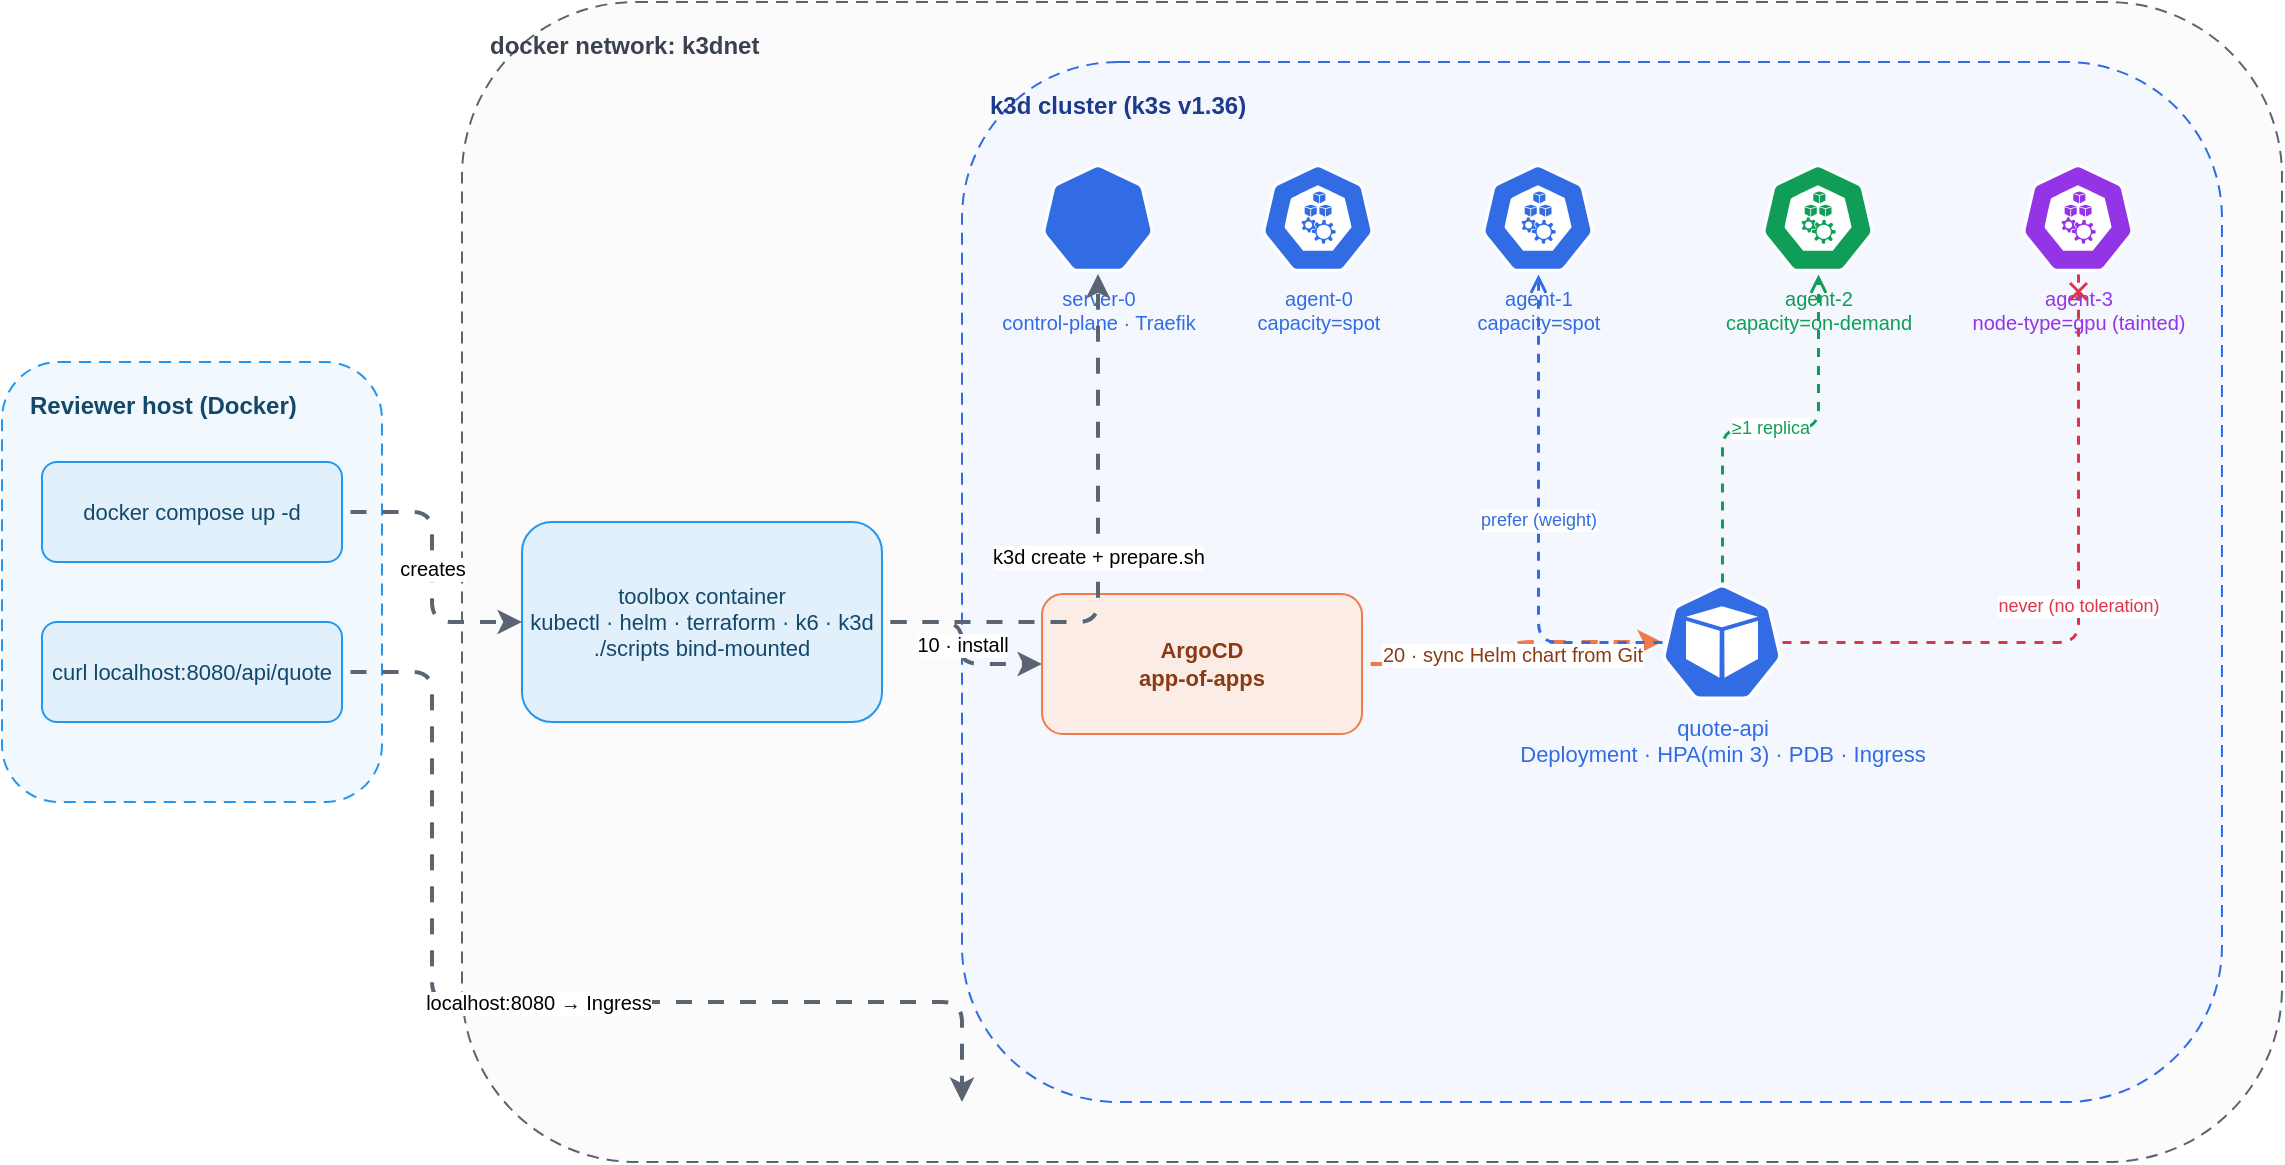
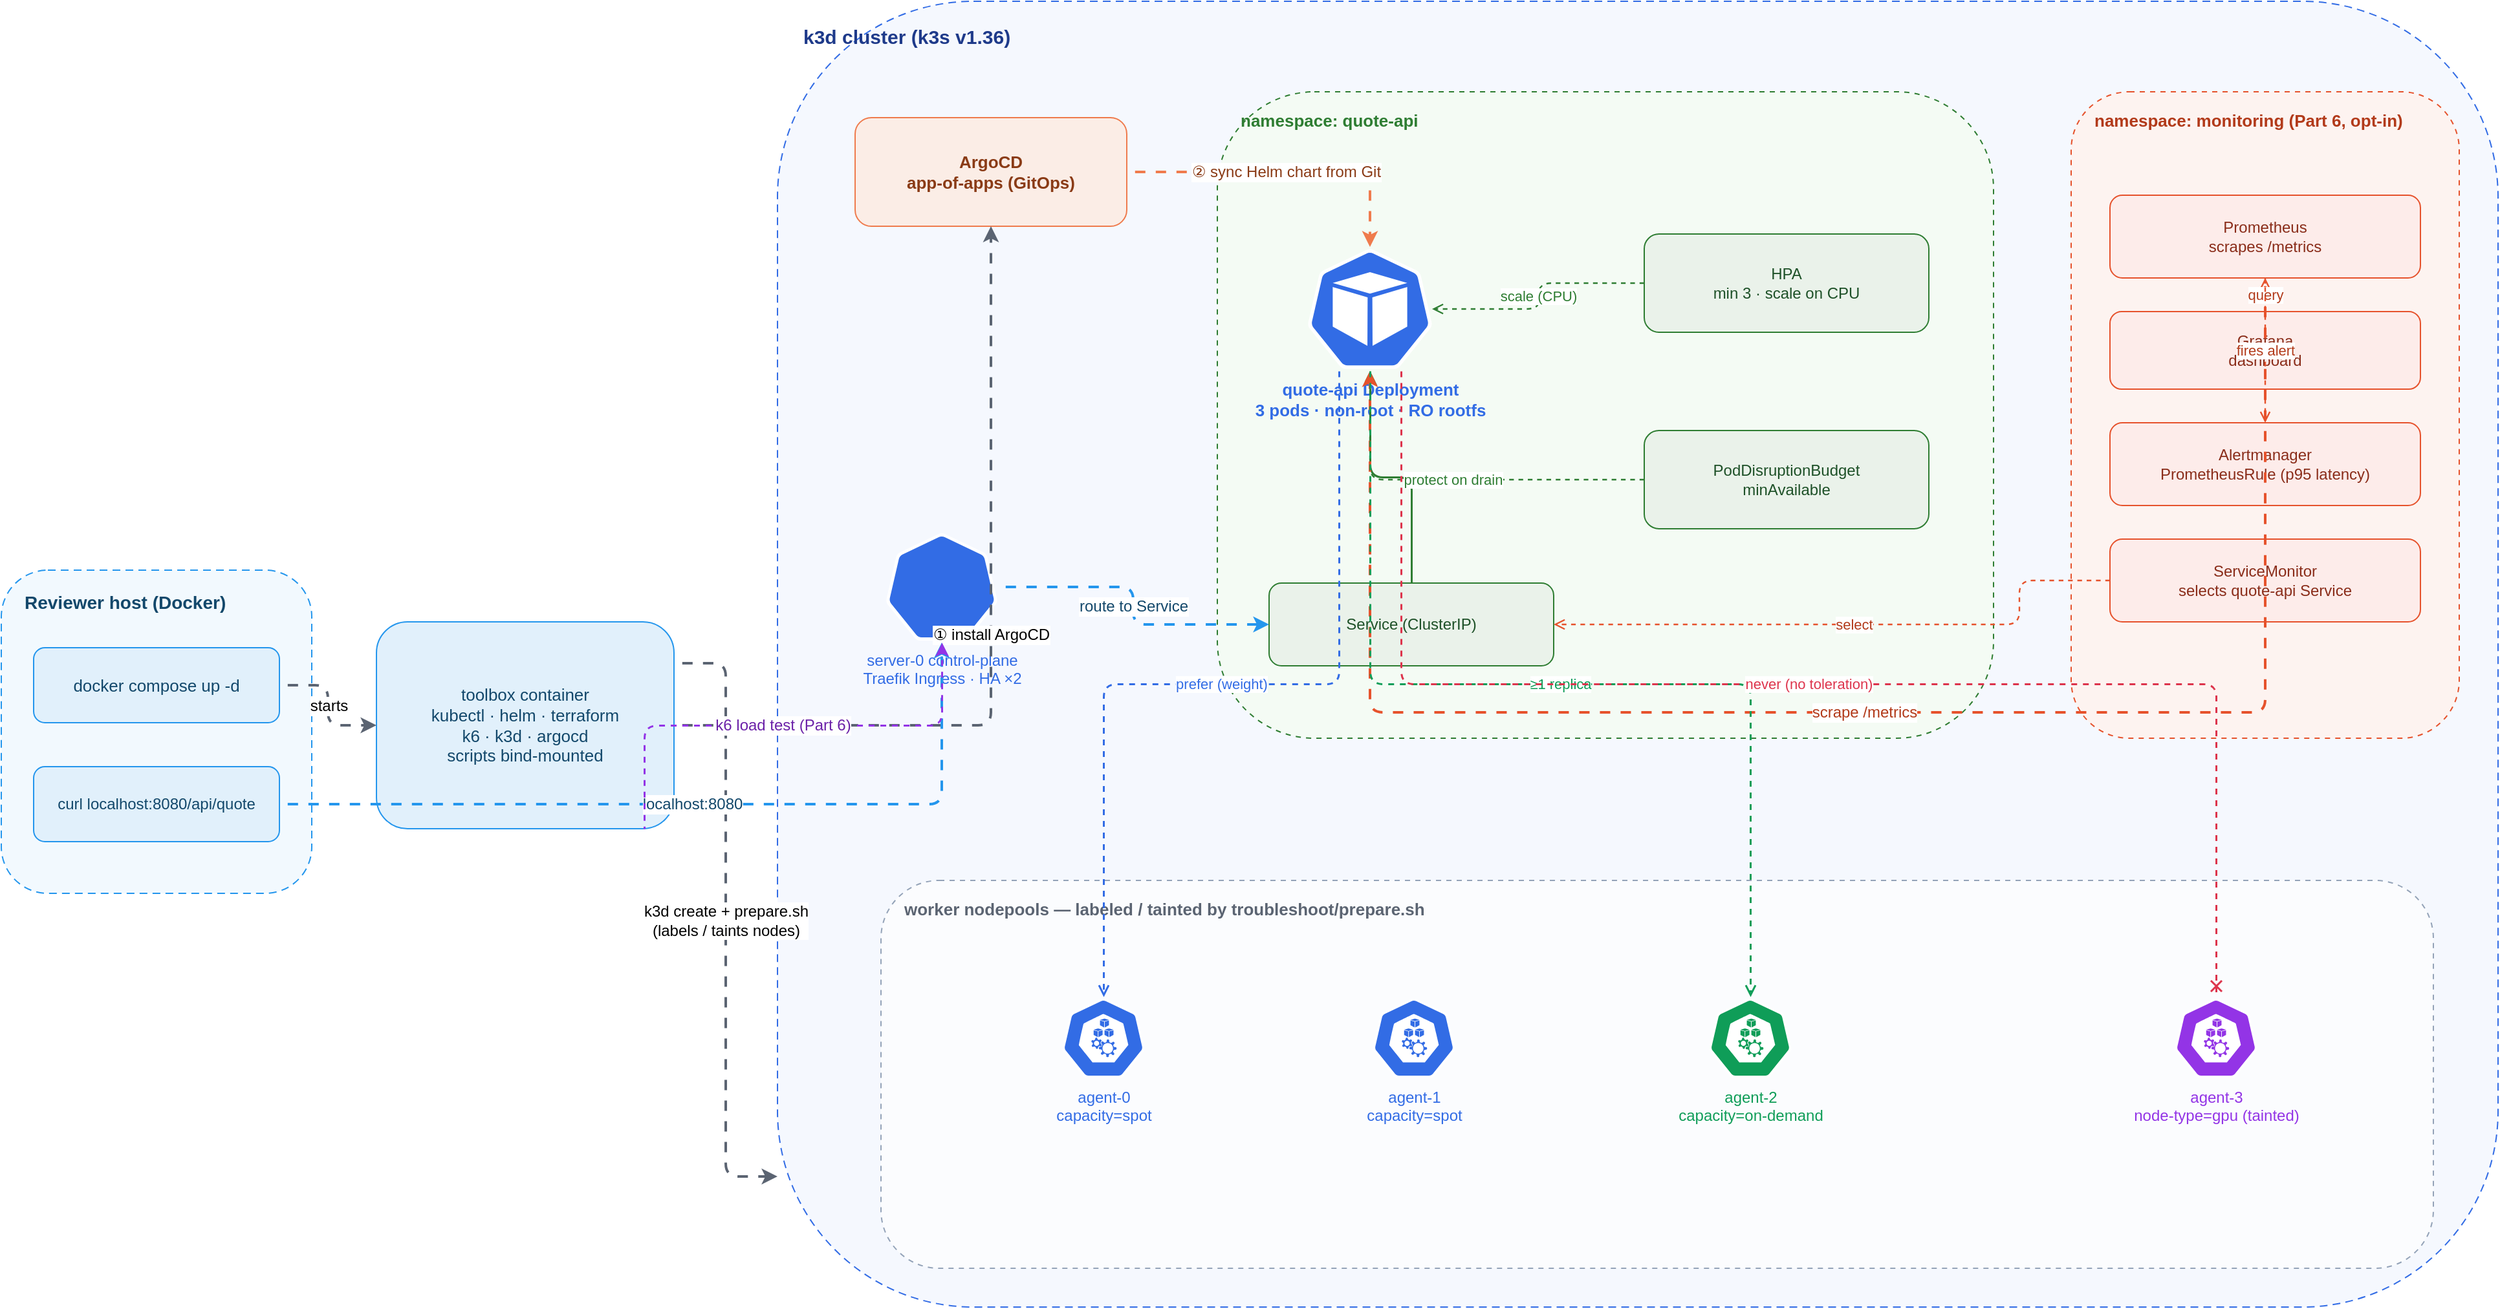
<mxfile host="app.diagrams.net" type="device">
  <diagram name="local-architecture" id="local-arch">
-     <mxGraphModel dx="1400" dy="820" grid="0" gridSize="10" guides="1" tooltips="1" connect="1" arrows="1" fold="1" page="1" pageScale="1" pageWidth="1180" pageHeight="660" math="0" shadow="0">
+     <mxGraphModel dx="1800" dy="1120" grid="0" gridSize="10" guides="1" tooltips="1" connect="1" arrows="1" fold="1" page="1" pageScale="1" pageWidth="2000" pageHeight="1120" math="0" shadow="0">
      <root>
        <mxCell id="0"/>
        <mxCell id="1" parent="0"/>

-         <mxCell id="host" value="Reviewer host (Docker)" style="rounded=1;whiteSpace=wrap;html=1;dashed=1;dashPattern=6 4;strokeColor=#2496ED;fillColor=#F2F9FE;verticalAlign=top;align=left;spacingLeft=12;spacingTop=8;fontSize=12;fontStyle=1;fontColor=#13486B;" vertex="1" parent="1"><mxGeometry x="20" y="220" width="190" height="220" as="geometry"/></mxCell>
-         <mxCell id="net" value="docker network: k3dnet" style="rounded=1;whiteSpace=wrap;html=1;dashed=1;dashPattern=6 4;strokeColor=#5B6472;fillColor=#FBFBFC;verticalAlign=top;align=left;spacingLeft=12;spacingTop=8;fontSize=12;fontStyle=1;fontColor=#3A424E;" vertex="1" parent="1"><mxGeometry x="250" y="40" width="910" height="580" as="geometry"/></mxCell>
-         <mxCell id="cluster" value="k3d cluster  (k3s v1.36)" style="rounded=1;whiteSpace=wrap;html=1;dashed=1;dashPattern=6 4;strokeColor=#326CE5;fillColor=#F4F7FE;verticalAlign=top;align=left;spacingLeft=12;spacingTop=8;fontSize=12;fontStyle=1;fontColor=#1E3A8A;" vertex="1" parent="1"><mxGeometry x="500" y="70" width="630" height="520" as="geometry"/></mxCell>
+         <mxCell id="host" value="Reviewer host (Docker)" style="rounded=1;whiteSpace=wrap;html=1;dashed=1;dashPattern=6 4;strokeColor=#2496ED;fillColor=#F2F9FE;verticalAlign=top;align=left;spacingLeft=16;spacingTop=10;fontSize=14;fontStyle=1;fontColor=#13486B;" vertex="1" parent="1"><mxGeometry x="40" y="500" width="240" height="250" as="geometry"/></mxCell>
+         <mxCell id="cluster" value="k3d cluster   (k3s v1.36)" style="rounded=1;whiteSpace=wrap;html=1;dashed=1;dashPattern=6 4;strokeColor=#326CE5;fillColor=#F5F8FE;verticalAlign=top;align=left;spacingLeft=18;spacingTop=12;fontSize=15;fontStyle=1;fontColor=#1E3A8A;" vertex="1" parent="1"><mxGeometry x="640" y="60" width="1330" height="1010" as="geometry"/></mxCell>
+         <mxCell id="qans" value="namespace: quote-api" style="rounded=1;whiteSpace=wrap;html=1;dashed=1;dashPattern=4 4;strokeColor=#2E7D32;fillColor=#F4FBF4;verticalAlign=top;align=left;spacingLeft=16;spacingTop=8;fontSize=13;fontStyle=1;fontColor=#2E7D32;" vertex="1" parent="1"><mxGeometry x="980" y="130" width="600" height="500" as="geometry"/></mxCell>
+         <mxCell id="monns" value="namespace: monitoring   (Part 6, opt-in)" style="rounded=1;whiteSpace=wrap;html=1;dashed=1;dashPattern=4 4;strokeColor=#E6522C;fillColor=#FDF3F0;verticalAlign=top;align=left;spacingLeft=16;spacingTop=8;fontSize=13;fontStyle=1;fontColor=#B23A1A;" vertex="1" parent="1"><mxGeometry x="1640" y="130" width="300" height="500" as="geometry"/></mxCell>
+         <mxCell id="npgrp" value="worker nodepools   —   labeled / tainted by troubleshoot/prepare.sh" style="rounded=1;whiteSpace=wrap;html=1;dashed=1;dashPattern=4 4;strokeColor=#94A3B8;fillColor=#FBFCFE;verticalAlign=top;align=left;spacingLeft=16;spacingTop=8;fontSize=13;fontStyle=1;fontColor=#5B6472;" vertex="1" parent="1"><mxGeometry x="720" y="740" width="1200" height="300" as="geometry"/></mxCell>

-         <mxCell id="compose" value="docker compose up -d" style="rounded=1;whiteSpace=wrap;html=1;fillColor=#E1F0FB;strokeColor=#2496ED;fontColor=#13486B;fontSize=11;" vertex="1" parent="1"><mxGeometry x="40" y="270" width="150" height="50" as="geometry"/></mxCell>
-         <mxCell id="curl" value="curl localhost:8080/api/quote" style="rounded=1;whiteSpace=wrap;html=1;fillColor=#E1F0FB;strokeColor=#2496ED;fontColor=#13486B;fontSize=11;" vertex="1" parent="1"><mxGeometry x="40" y="350" width="150" height="50" as="geometry"/></mxCell>
+         <mxCell id="compose" value="docker compose up -d" style="rounded=1;whiteSpace=wrap;html=1;fillColor=#E1F0FB;strokeColor=#2496ED;fontColor=#13486B;fontSize=13;" vertex="1" parent="1"><mxGeometry x="65" y="560" width="190" height="58" as="geometry"/></mxCell>
+         <mxCell id="curl" value="curl localhost:8080/api/quote" style="rounded=1;whiteSpace=wrap;html=1;fillColor=#E1F0FB;strokeColor=#2496ED;fontColor=#13486B;fontSize=12;" vertex="1" parent="1"><mxGeometry x="65" y="652" width="190" height="58" as="geometry"/></mxCell>
+         <mxCell id="toolbox" value="toolbox container&#10;kubectl · helm · terraform&#10;k6 · k3d · argocd&#10;scripts bind-mounted" style="rounded=1;whiteSpace=wrap;html=1;fillColor=#E1F0FB;strokeColor=#2496ED;fontColor=#13486B;fontSize=13;" vertex="1" parent="1"><mxGeometry x="330" y="540" width="230" height="160" as="geometry"/></mxCell>

-         <mxCell id="toolbox" value="toolbox container&#10;kubectl · helm · terraform · k6 · k3d&#10;./scripts bind-mounted" style="rounded=1;whiteSpace=wrap;html=1;fillColor=#E1F0FB;strokeColor=#2496ED;fontColor=#13486B;fontSize=11;" vertex="1" parent="1"><mxGeometry x="280" y="300" width="180" height="100" as="geometry"/></mxCell>
+         <mxCell id="argocd" value="ArgoCD&#10;app-of-apps (GitOps)" style="rounded=1;whiteSpace=wrap;html=1;fillColor=#FBEDE6;strokeColor=#EF7B4D;fontColor=#8A3B16;fontSize=13;fontStyle=1;" vertex="1" parent="1"><mxGeometry x="700" y="150" width="210" height="84" as="geometry"/></mxCell>
+         <mxCell id="ingress" value="server-0 control-plane&#10;Traefik Ingress · HA ×2" style="sketch=0;outlineConnect=0;fontColor=#326CE5;gradientColor=none;fillColor=#326CE5;strokeColor=none;dashed=0;verticalLabelPosition=bottom;verticalAlign=top;align=center;html=1;fontSize=12;fontStyle=0;aspect=fixed;shape=mxgraph.kubernetes.icon;prIcon=control_plane;" vertex="1" parent="1"><mxGeometry x="724" y="470" width="86" height="86" as="geometry"/></mxCell>

-         <mxCell id="cp" value="server-0&#10;control-plane · Traefik" style="sketch=0;outlineConnect=0;fontColor=#326CE5;gradientColor=none;fillColor=#326CE5;strokeColor=none;dashed=0;verticalLabelPosition=bottom;verticalAlign=top;align=center;html=1;fontSize=10;fontStyle=0;aspect=fixed;shape=mxgraph.kubernetes.icon;prIcon=control_plane;" vertex="1" parent="1"><mxGeometry x="540" y="120" width="56" height="56" as="geometry"/></mxCell>
-         <mxCell id="spot0" value="agent-0&#10;capacity=spot" style="sketch=0;outlineConnect=0;fontColor=#326CE5;gradientColor=none;fillColor=#326CE5;strokeColor=none;dashed=0;verticalLabelPosition=bottom;verticalAlign=top;align=center;html=1;fontSize=10;fontStyle=0;aspect=fixed;shape=mxgraph.kubernetes.icon;prIcon=node;" vertex="1" parent="1"><mxGeometry x="650" y="120" width="56" height="56" as="geometry"/></mxCell>
-         <mxCell id="spot1" value="agent-1&#10;capacity=spot" style="sketch=0;outlineConnect=0;fontColor=#326CE5;gradientColor=none;fillColor=#326CE5;strokeColor=none;dashed=0;verticalLabelPosition=bottom;verticalAlign=top;align=center;html=1;fontSize=10;fontStyle=0;aspect=fixed;shape=mxgraph.kubernetes.icon;prIcon=node;" vertex="1" parent="1"><mxGeometry x="760" y="120" width="56" height="56" as="geometry"/></mxCell>
-         <mxCell id="od" value="agent-2&#10;capacity=on-demand" style="sketch=0;outlineConnect=0;fontColor=#0F9D58;gradientColor=none;fillColor=#0F9D58;strokeColor=none;dashed=0;verticalLabelPosition=bottom;verticalAlign=top;align=center;html=1;fontSize=10;fontStyle=0;aspect=fixed;shape=mxgraph.kubernetes.icon;prIcon=node;" vertex="1" parent="1"><mxGeometry x="900" y="120" width="56" height="56" as="geometry"/></mxCell>
-         <mxCell id="gpu" value="agent-3&#10;node-type=gpu (tainted)" style="sketch=0;outlineConnect=0;fontColor=#9334E6;gradientColor=none;fillColor=#9334E6;strokeColor=none;dashed=0;verticalLabelPosition=bottom;verticalAlign=top;align=center;html=1;fontSize=10;fontStyle=0;aspect=fixed;shape=mxgraph.kubernetes.icon;prIcon=node;" vertex="1" parent="1"><mxGeometry x="1030" y="120" width="56" height="56" as="geometry"/></mxCell>
+         <mxCell id="deploy" value="quote-api Deployment&#10;3 pods · non-root · RO rootfs" style="sketch=0;outlineConnect=0;fontColor=#326CE5;gradientColor=none;fillColor=#326CE5;strokeColor=none;dashed=0;verticalLabelPosition=bottom;verticalAlign=top;align=center;html=1;fontSize=13;fontStyle=1;aspect=fixed;shape=mxgraph.kubernetes.icon;prIcon=pod;" vertex="1" parent="1"><mxGeometry x="1050" y="250" width="96" height="96" as="geometry"/></mxCell>
+         <mxCell id="hpa" value="HPA&#10;min 3 · scale on CPU" style="rounded=1;whiteSpace=wrap;html=1;fillColor=#EAF2EA;strokeColor=#2E7D32;fontColor=#1E5128;fontSize=12;" vertex="1" parent="1"><mxGeometry x="1310" y="240" width="220" height="76" as="geometry"/></mxCell>
+         <mxCell id="pdb" value="PodDisruptionBudget&#10;minAvailable" style="rounded=1;whiteSpace=wrap;html=1;fillColor=#EAF2EA;strokeColor=#2E7D32;fontColor=#1E5128;fontSize=12;" vertex="1" parent="1"><mxGeometry x="1310" y="392" width="220" height="76" as="geometry"/></mxCell>
+         <mxCell id="svc" value="Service (ClusterIP)" style="rounded=1;whiteSpace=wrap;html=1;fillColor=#EAF2EA;strokeColor=#2E7D32;fontColor=#1E5128;fontSize=12;" vertex="1" parent="1"><mxGeometry x="1020" y="510" width="220" height="64" as="geometry"/></mxCell>

-         <mxCell id="argocd" value="ArgoCD&#10;app-of-apps" style="rounded=1;whiteSpace=wrap;html=1;fillColor=#FBEDE6;strokeColor=#EF7B4D;fontColor=#8A3B16;fontSize=11;fontStyle=1;" vertex="1" parent="1"><mxGeometry x="540" y="336" width="160" height="70" as="geometry"/></mxCell>
-         <mxCell id="qa" value="quote-api&#10;Deployment · HPA(min 3) · PDB · Ingress" style="sketch=0;outlineConnect=0;fontColor=#326CE5;gradientColor=none;fillColor=#326CE5;strokeColor=none;dashed=0;verticalLabelPosition=bottom;verticalAlign=top;align=center;html=1;fontSize=11;fontStyle=0;aspect=fixed;shape=mxgraph.kubernetes.icon;prIcon=pod;" vertex="1" parent="1"><mxGeometry x="850" y="330" width="60" height="60" as="geometry"/></mxCell>
+         <mxCell id="prom" value="Prometheus&#10;scrapes /metrics" style="rounded=1;whiteSpace=wrap;html=1;fillColor=#FDECEA;strokeColor=#E6522C;fontColor=#8A2D1A;fontSize=12;" vertex="1" parent="1"><mxGeometry x="1670" y="210" width="240" height="64" as="geometry"/></mxCell>
+         <mxCell id="graf" value="Grafana&#10;dashboard" style="rounded=1;whiteSpace=wrap;html=1;fillColor=#FDECEA;strokeColor=#E6522C;fontColor=#8A2D1A;fontSize=12;" vertex="1" parent="1"><mxGeometry x="1670" y="300" width="240" height="60" as="geometry"/></mxCell>
+         <mxCell id="alert" value="Alertmanager&#10;PrometheusRule (p95 latency)" style="rounded=1;whiteSpace=wrap;html=1;fillColor=#FDECEA;strokeColor=#E6522C;fontColor=#8A2D1A;fontSize=12;" vertex="1" parent="1"><mxGeometry x="1670" y="386" width="240" height="64" as="geometry"/></mxCell>
+         <mxCell id="smon" value="ServiceMonitor&#10;selects quote-api Service" style="rounded=1;whiteSpace=wrap;html=1;fillColor=#FDECEA;strokeColor=#E6522C;fontColor=#8A2D1A;fontSize=12;" vertex="1" parent="1"><mxGeometry x="1670" y="476" width="240" height="64" as="geometry"/></mxCell>

-         <mxCell id="le1" value="creates" style="edgeStyle=orthogonalEdgeStyle;rounded=1;html=1;flowAnimation=1;strokeColor=#5B6472;strokeWidth=2;endArrow=classic;endFill=1;fontSize=10;" edge="1" parent="1" source="compose" target="toolbox"><mxGeometry relative="1" as="geometry"/></mxCell>
-         <mxCell id="le2" value="k3d create + prepare.sh" style="edgeStyle=orthogonalEdgeStyle;rounded=1;html=1;flowAnimation=1;strokeColor=#5B6472;strokeWidth=2;endArrow=classic;endFill=1;fontSize=10;" edge="1" parent="1" source="toolbox" target="cp"><mxGeometry relative="1" as="geometry"/></mxCell>
-         <mxCell id="le3" value="10 · install" style="edgeStyle=orthogonalEdgeStyle;rounded=1;html=1;flowAnimation=1;strokeColor=#5B6472;strokeWidth=2;endArrow=classic;endFill=1;fontSize=10;" edge="1" parent="1" source="toolbox" target="argocd"><mxGeometry relative="1" as="geometry"/></mxCell>
-         <mxCell id="le4" value="20 · sync Helm chart from Git" style="edgeStyle=orthogonalEdgeStyle;rounded=1;html=1;flowAnimation=1;strokeColor=#EF7B4D;strokeWidth=2;endArrow=classic;endFill=1;fontSize=10;fontColor=#8A3B16;" edge="1" parent="1" source="argocd" target="qa"><mxGeometry relative="1" as="geometry"/></mxCell>
-         <mxCell id="le5" value="prefer (weight)" style="edgeStyle=orthogonalEdgeStyle;rounded=1;html=1;dashed=1;strokeColor=#326CE5;strokeWidth=1.5;endArrow=open;fontSize=9;fontColor=#326CE5;" edge="1" parent="1" source="qa" target="spot1"><mxGeometry relative="1" as="geometry"/></mxCell>
-         <mxCell id="le6" value="≥1 replica" style="edgeStyle=orthogonalEdgeStyle;rounded=1;html=1;dashed=1;strokeColor=#0F9D58;strokeWidth=1.5;endArrow=open;fontSize=9;fontColor=#0F9D58;" edge="1" parent="1" source="qa" target="od"><mxGeometry relative="1" as="geometry"/></mxCell>
-         <mxCell id="le7" value="never (no toleration)" style="edgeStyle=orthogonalEdgeStyle;rounded=1;html=1;dashed=1;strokeColor=#DD344C;strokeWidth=1.5;endArrow=cross;startArrow=none;fontSize=9;fontColor=#DD344C;" edge="1" parent="1" source="qa" target="gpu"><mxGeometry relative="1" as="geometry"/></mxCell>
-         <mxCell id="le8" value="localhost:8080 → Ingress" style="edgeStyle=orthogonalEdgeStyle;rounded=1;html=1;flowAnimation=1;strokeColor=#5B6472;strokeWidth=2;endArrow=classic;endFill=1;fontSize=10;exitX=1;exitY=0.5;exitDx=0;exitDy=0;entryX=0;entryY=1;entryDx=0;entryDy=0;" edge="1" parent="1" source="curl" target="cluster"><mxGeometry relative="1" as="geometry"><Array as="points"><mxPoint x="235" y="375"/><mxPoint x="235" y="540"/><mxPoint x="500" y="540"/></Array></mxGeometry></mxCell>
+         <mxCell id="agent0" value="agent-0&#10;capacity=spot" style="sketch=0;outlineConnect=0;fontColor=#326CE5;gradientColor=none;fillColor=#326CE5;strokeColor=none;dashed=0;verticalLabelPosition=bottom;verticalAlign=top;align=center;html=1;fontSize=12;fontStyle=0;aspect=fixed;shape=mxgraph.kubernetes.icon;prIcon=node;" vertex="1" parent="1"><mxGeometry x="860" y="830" width="64" height="64" as="geometry"/></mxCell>
+         <mxCell id="agent1" value="agent-1&#10;capacity=spot" style="sketch=0;outlineConnect=0;fontColor=#326CE5;gradientColor=none;fillColor=#326CE5;strokeColor=none;dashed=0;verticalLabelPosition=bottom;verticalAlign=top;align=center;html=1;fontSize=12;fontStyle=0;aspect=fixed;shape=mxgraph.kubernetes.icon;prIcon=node;" vertex="1" parent="1"><mxGeometry x="1100" y="830" width="64" height="64" as="geometry"/></mxCell>
+         <mxCell id="agent2" value="agent-2&#10;capacity=on-demand" style="sketch=0;outlineConnect=0;fontColor=#0F9D58;gradientColor=none;fillColor=#0F9D58;strokeColor=none;dashed=0;verticalLabelPosition=bottom;verticalAlign=top;align=center;html=1;fontSize=12;fontStyle=0;aspect=fixed;shape=mxgraph.kubernetes.icon;prIcon=node;" vertex="1" parent="1"><mxGeometry x="1360" y="830" width="64" height="64" as="geometry"/></mxCell>
+         <mxCell id="agent3" value="agent-3&#10;node-type=gpu (tainted)" style="sketch=0;outlineConnect=0;fontColor=#9334E6;gradientColor=none;fillColor=#9334E6;strokeColor=none;dashed=0;verticalLabelPosition=bottom;verticalAlign=top;align=center;html=1;fontSize=12;fontStyle=0;aspect=fixed;shape=mxgraph.kubernetes.icon;prIcon=node;" vertex="1" parent="1"><mxGeometry x="1720" y="830" width="64" height="64" as="geometry"/></mxCell>
+ 
+         <mxCell id="e1" value="starts" style="edgeStyle=orthogonalEdgeStyle;labelBackgroundColor=#FFFFFF;rounded=1;html=1;flowAnimation=1;strokeColor=#5B6472;strokeWidth=2;endArrow=classic;endFill=1;fontSize=12;" edge="1" parent="1" source="compose" target="toolbox"><mxGeometry relative="1" as="geometry"/></mxCell>
+         <mxCell id="e2" value="k3d create + prepare.sh&#10;(labels / taints nodes)" style="edgeStyle=orthogonalEdgeStyle;labelBackgroundColor=#FFFFFF;rounded=1;html=1;flowAnimation=1;strokeColor=#5B6472;strokeWidth=2;endArrow=classic;endFill=1;fontSize=12;exitX=1;exitY=0.2;exitDx=0;exitDy=0;entryX=0;entryY=0.9;entryDx=0;entryDy=0;" edge="1" parent="1" source="toolbox" target="cluster"><mxGeometry relative="1" as="geometry"/></mxCell>
+         <mxCell id="e3" value="① install ArgoCD" style="edgeStyle=orthogonalEdgeStyle;labelBackgroundColor=#FFFFFF;rounded=1;html=1;flowAnimation=1;strokeColor=#5B6472;strokeWidth=2;endArrow=classic;endFill=1;fontSize=12;" edge="1" parent="1" source="toolbox" target="argocd"><mxGeometry relative="1" as="geometry"/></mxCell>
+         <mxCell id="e4" value="② sync Helm chart from Git" style="edgeStyle=orthogonalEdgeStyle;labelBackgroundColor=#FFFFFF;rounded=1;html=1;flowAnimation=1;strokeColor=#EF7B4D;strokeWidth=2;endArrow=classic;endFill=1;fontSize=12;fontColor=#8A3B16;" edge="1" parent="1" source="argocd" target="deploy"><mxGeometry relative="1" as="geometry"/></mxCell>
+         <mxCell id="e5" value="localhost:8080" style="edgeStyle=orthogonalEdgeStyle;labelBackgroundColor=#FFFFFF;rounded=1;html=1;flowAnimation=1;strokeColor=#2496ED;strokeWidth=2;endArrow=classic;endFill=1;fontSize=12;fontColor=#13486B;" edge="1" parent="1" source="curl" target="ingress"><mxGeometry relative="1" as="geometry"/></mxCell>
+         <mxCell id="ek6" value="k6 load test (Part 6)" style="edgeStyle=orthogonalEdgeStyle;labelBackgroundColor=#FFFFFF;rounded=1;html=1;dashed=1;flowAnimation=1;strokeColor=#9334E6;strokeWidth=1.5;endArrow=classic;endFill=1;fontSize=12;fontColor=#6B21A8;exitX=0.9;exitY=1;exitDx=0;exitDy=0;entryX=0.5;entryY=1;entryDx=0;entryDy=0;" edge="1" parent="1" source="toolbox" target="ingress"><mxGeometry relative="1" as="geometry"><Array as="points"><mxPoint x="537" y="620"/><mxPoint x="767" y="620"/></Array></mxGeometry></mxCell>
+         <mxCell id="e6" value="route to Service" style="edgeStyle=orthogonalEdgeStyle;labelBackgroundColor=#FFFFFF;rounded=1;html=1;flowAnimation=1;strokeColor=#2496ED;strokeWidth=2;endArrow=classic;endFill=1;fontSize=12;fontColor=#13486B;" edge="1" parent="1" source="ingress" target="svc"><mxGeometry relative="1" as="geometry"/></mxCell>
+         <mxCell id="e7" style="edgeStyle=orthogonalEdgeStyle;labelBackgroundColor=#FFFFFF;rounded=1;html=1;strokeColor=#2E7D32;strokeWidth=1.5;endArrow=classic;endFill=1;" edge="1" parent="1" source="svc" target="deploy"><mxGeometry relative="1" as="geometry"/></mxCell>
+         <mxCell id="eh" value="scale (CPU)" style="edgeStyle=orthogonalEdgeStyle;labelBackgroundColor=#FFFFFF;rounded=1;html=1;dashed=1;strokeColor=#2E7D32;strokeWidth=1.2;endArrow=open;fontSize=11;fontColor=#2E7D32;" edge="1" parent="1" source="hpa" target="deploy"><mxGeometry relative="1" as="geometry"/></mxCell>
+         <mxCell id="ep" value="protect on drain" style="edgeStyle=orthogonalEdgeStyle;labelBackgroundColor=#FFFFFF;rounded=1;html=1;dashed=1;strokeColor=#2E7D32;strokeWidth=1.2;endArrow=open;fontSize=11;fontColor=#2E7D32;" edge="1" parent="1" source="pdb" target="deploy"><mxGeometry relative="1" as="geometry"/></mxCell>
+         <mxCell id="esm" value="select" style="edgeStyle=orthogonalEdgeStyle;labelBackgroundColor=#FFFFFF;rounded=1;html=1;dashed=1;strokeColor=#E6522C;strokeWidth=1.2;endArrow=open;fontSize=11;fontColor=#B23A1A;entryX=1;entryY=0.5;entryDx=0;entryDy=0;" edge="1" parent="1" source="smon" target="svc"><mxGeometry relative="1" as="geometry"><Array as="points"><mxPoint x="1600" y="542"/></Array></mxGeometry></mxCell>
+         <mxCell id="escrape" value="scrape /metrics" style="edgeStyle=orthogonalEdgeStyle;labelBackgroundColor=#FFFFFF;rounded=1;html=1;flowAnimation=1;strokeColor=#E6522C;strokeWidth=2;endArrow=classic;endFill=1;fontSize=12;fontColor=#B23A1A;exitX=0.5;exitY=1;exitDx=0;exitDy=0;entryX=0.5;entryY=1;entryDx=0;entryDy=0;" edge="1" parent="1" source="prom" target="deploy"><mxGeometry relative="1" as="geometry"><Array as="points"><mxPoint x="1790" y="610"/><mxPoint x="1098" y="610"/></Array></mxGeometry></mxCell>
+         <mxCell id="egq" value="query" style="edgeStyle=orthogonalEdgeStyle;labelBackgroundColor=#FFFFFF;rounded=1;html=1;dashed=1;strokeColor=#E6522C;strokeWidth=1.2;endArrow=open;fontSize=11;fontColor=#B23A1A;" edge="1" parent="1" source="graf" target="prom"><mxGeometry relative="1" as="geometry"/></mxCell>
+         <mxCell id="ea" value="fires alert" style="edgeStyle=orthogonalEdgeStyle;labelBackgroundColor=#FFFFFF;rounded=1;html=1;dashed=1;strokeColor=#E6522C;strokeWidth=1.2;endArrow=open;fontSize=11;fontColor=#B23A1A;" edge="1" parent="1" source="prom" target="alert"><mxGeometry relative="1" as="geometry"/></mxCell>
+ 
+         <mxCell id="pl1" value="prefer (weight)" style="edgeStyle=orthogonalEdgeStyle;labelBackgroundColor=#FFFFFF;rounded=1;html=1;dashed=1;strokeColor=#326CE5;strokeWidth=1.5;endArrow=open;fontSize=11;fontColor=#326CE5;exitX=0.25;exitY=1;exitDx=0;exitDy=0;entryX=0.5;entryY=0;entryDx=0;entryDy=0;" edge="1" parent="1" source="deploy" target="agent0"><mxGeometry relative="1" as="geometry"/></mxCell>
+         <mxCell id="pl2" value="≥1 replica" style="edgeStyle=orthogonalEdgeStyle;labelBackgroundColor=#FFFFFF;rounded=1;html=1;dashed=1;strokeColor=#0F9D58;strokeWidth=1.5;endArrow=open;fontSize=11;fontColor=#0F9D58;exitX=0.5;exitY=1;exitDx=0;exitDy=0;entryX=0.5;entryY=0;entryDx=0;entryDy=0;" edge="1" parent="1" source="deploy" target="agent2"><mxGeometry relative="1" as="geometry"/></mxCell>
+         <mxCell id="pl3" value="never (no toleration)" style="edgeStyle=orthogonalEdgeStyle;labelBackgroundColor=#FFFFFF;rounded=1;html=1;dashed=1;strokeColor=#DD344C;strokeWidth=1.5;endArrow=cross;startArrow=none;fontSize=11;fontColor=#DD344C;exitX=0.75;exitY=1;exitDx=0;exitDy=0;entryX=0.5;entryY=0;entryDx=0;entryDy=0;" edge="1" parent="1" source="deploy" target="agent3"><mxGeometry relative="1" as="geometry"/></mxCell>
      </root>
    </mxGraphModel>
  </diagram>
</mxfile>
